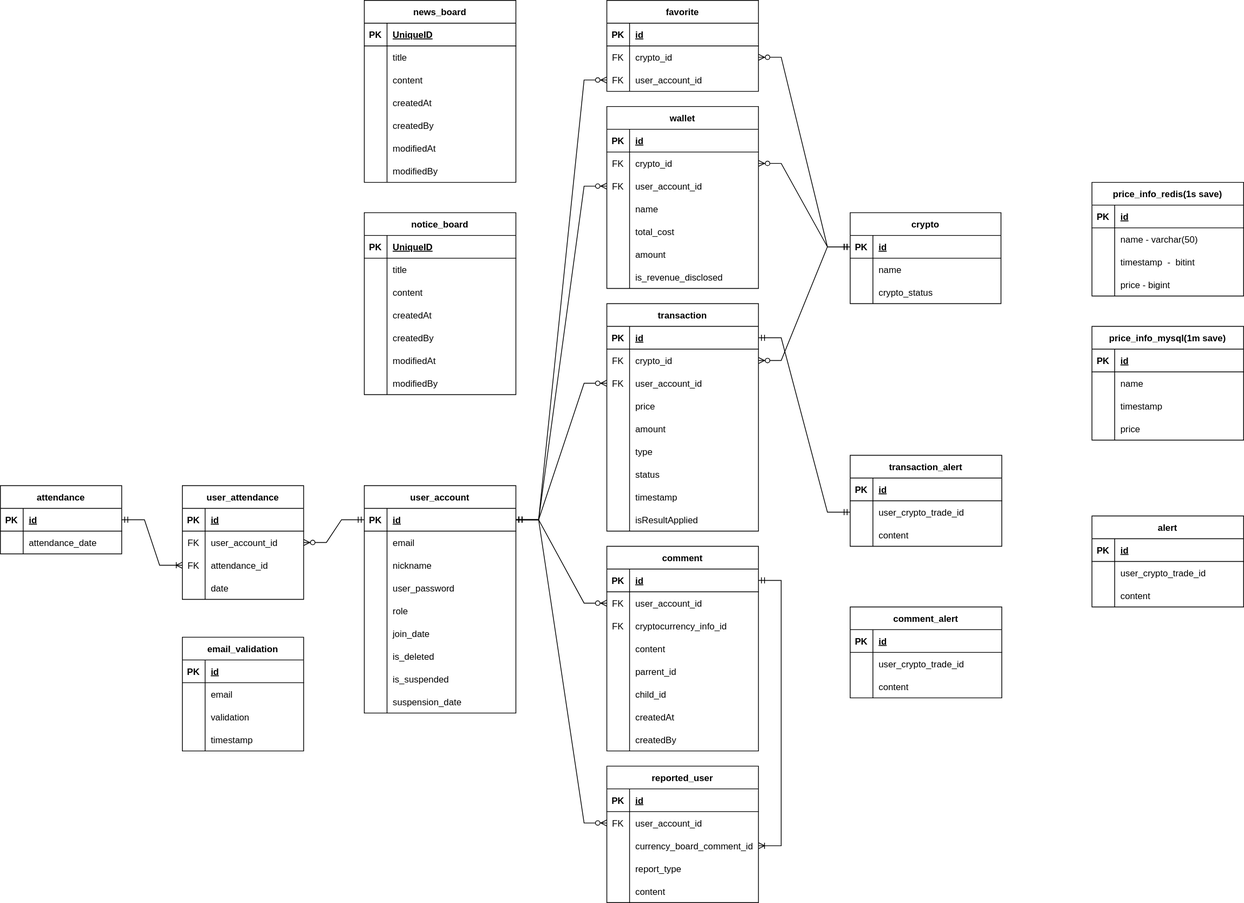
Earlier version of the draw.io export document/erd.svg (O0oO0Oo/Bitcoin-Simulated-Investment-BE). Source tidied: cells renumbered, new cells last; positions are measured from the earlier drawing's top-left corner, leaving out a move shared by most shapes.
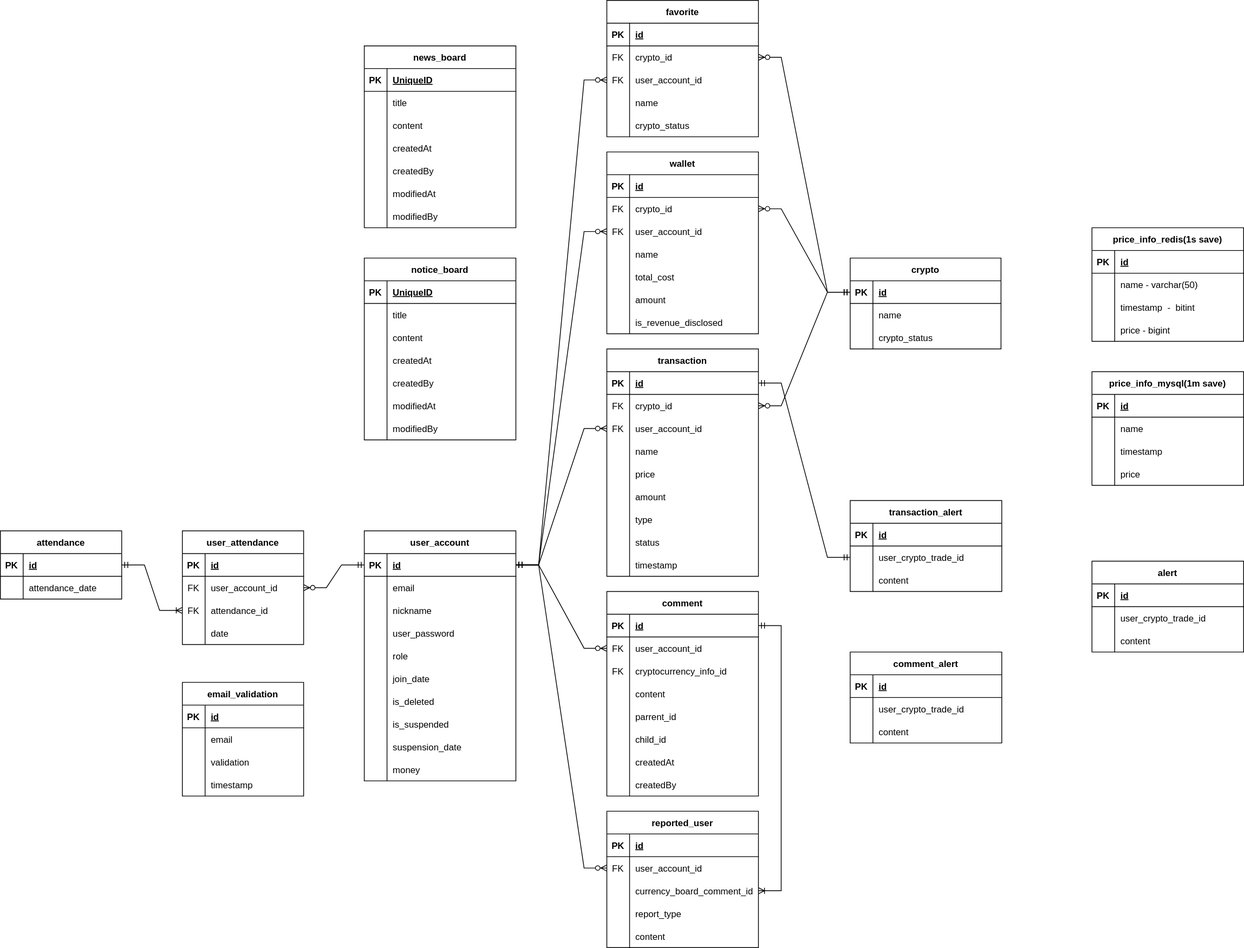
Later version of the same file.

Change to the diagram source:
```diff
@@ -3,7 +3,7 @@
     <mxCell id="0" />
     <mxCell id="1" parent="0" />
     <mxCell id="2" value="user_account" style="shape=table;startSize=30;rowLines=0;fontStyle=1;align=center;" parent="1" vertex="1">
-      <mxGeometry x="480" y="640" width="200" height="300" as="geometry" />
+      <mxGeometry x="480" y="640" width="200" height="330" as="geometry" />
     </mxCell>
     <mxCell id="3" style="shape=tableRow;horizontal=0;startSize=0;swimlaneHead=0;swimlaneBody=0;fillColor=none;points=[[0,0.5],[1,0.5]];portConstraint=eastwest;top=0;left=0;right=0;bottom=1;" parent="2" vertex="1">
       <mxGeometry y="30" width="200" height="30" as="geometry" />
@@ -86,6 +86,15 @@
     <mxCell id="29" value="suspension_date" style="shape=partialRectangle;fillColor=none;top=0;left=0;bottom=0;right=0;align=left;spacingLeft=6;overflow=hidden;" parent="27" vertex="1">
       <mxGeometry x="30" width="170" height="30" as="geometry" />
     </mxCell>
+    <mxCell id="289" style="shape=tableRow;horizontal=0;startSize=0;swimlaneHead=0;swimlaneBody=0;fillColor=none;top=0;left=0;right=0;bottom=0;" parent="2" vertex="1">
+      <mxGeometry y="300" width="200" height="30" as="geometry" />
+    </mxCell>
+    <mxCell id="290" style="shape=partialRectangle;fillColor=none;top=0;left=0;bottom=0;right=0;overflow=hidden;" parent="289" vertex="1">
+      <mxGeometry width="30" height="30" as="geometry" />
+    </mxCell>
+    <mxCell id="291" value="money" style="shape=partialRectangle;fillColor=none;top=0;left=0;bottom=0;right=0;align=left;spacingLeft=6;overflow=hidden;" parent="289" vertex="1">
+      <mxGeometry x="30" width="170" height="30" as="geometry" />
+    </mxCell>
     <mxCell id="30" value="comment" style="shape=table;startSize=30;rowLines=0;fontStyle=1;align=center;" parent="1" vertex="1">
       <mxGeometry x="800" y="720" width="200" height="270" as="geometry" />
     </mxCell>
@@ -416,11 +425,20 @@
     <mxCell id="139" style="shape=partialRectangle;fillColor=none;top=0;left=0;bottom=0;right=0;overflow=hidden;" parent="138" vertex="1">
       <mxGeometry width="30" height="30" as="geometry" />
     </mxCell>
-    <mxCell id="140" value="price" style="shape=partialRectangle;fillColor=none;top=0;left=0;bottom=0;right=0;align=left;spacingLeft=6;overflow=hidden;" parent="138" vertex="1">
+    <mxCell id="140" value="name" style="shape=partialRectangle;fillColor=none;top=0;left=0;bottom=0;right=0;align=left;spacingLeft=6;overflow=hidden;" parent="138" vertex="1">
       <mxGeometry x="30" width="170" height="30" as="geometry" />
     </mxCell>
+    <mxCell id="292" style="shape=tableRow;horizontal=0;startSize=0;swimlaneHead=0;swimlaneBody=0;fillColor=none;top=0;left=0;right=0;bottom=0;" parent="128" vertex="1">
+      <mxGeometry y="150" width="200" height="30" as="geometry" />
+    </mxCell>
+    <mxCell id="293" style="shape=partialRectangle;fillColor=none;top=0;left=0;bottom=0;right=0;overflow=hidden;" parent="292" vertex="1">
+      <mxGeometry width="30" height="30" as="geometry" />
+    </mxCell>
+    <mxCell id="294" value="price" style="shape=partialRectangle;fillColor=none;top=0;left=0;bottom=0;right=0;align=left;spacingLeft=6;overflow=hidden;" parent="292" vertex="1">
+      <mxGeometry x="30" width="170" height="30" as="geometry" />
+    </mxCell>
     <mxCell id="141" style="shape=tableRow;horizontal=0;startSize=0;swimlaneHead=0;swimlaneBody=0;fillColor=none;top=0;left=0;right=0;bottom=0;" parent="128" vertex="1">
-      <mxGeometry y="150" width="200" height="30" as="geometry" />
+      <mxGeometry y="180" width="200" height="30" as="geometry" />
     </mxCell>
     <mxCell id="142" style="shape=partialRectangle;fillColor=none;top=0;left=0;bottom=0;right=0;overflow=hidden;" parent="141" vertex="1">
       <mxGeometry width="30" height="30" as="geometry" />
@@ -429,7 +447,7 @@
       <mxGeometry x="30" width="170" height="30" as="geometry" />
     </mxCell>
     <mxCell id="144" style="shape=tableRow;horizontal=0;startSize=0;swimlaneHead=0;swimlaneBody=0;fillColor=none;top=0;left=0;right=0;bottom=0;" parent="128" vertex="1">
-      <mxGeometry y="180" width="200" height="30" as="geometry" />
+      <mxGeometry y="210" width="200" height="30" as="geometry" />
     </mxCell>
     <mxCell id="145" value="&#10;" style="shape=partialRectangle;fillColor=none;top=0;left=0;bottom=0;right=0;overflow=hidden;" parent="144" vertex="1">
       <mxGeometry width="30" height="30" as="geometry" />
@@ -438,7 +456,7 @@
       <mxGeometry x="30" width="170" height="30" as="geometry" />
     </mxCell>
     <mxCell id="147" style="shape=tableRow;horizontal=0;startSize=0;swimlaneHead=0;swimlaneBody=0;fillColor=none;top=0;left=0;right=0;bottom=0;" parent="128" vertex="1">
-      <mxGeometry y="210" width="200" height="30" as="geometry" />
+      <mxGeometry y="240" width="200" height="30" as="geometry" />
     </mxCell>
     <mxCell id="148" value="&#10;" style="shape=partialRectangle;fillColor=none;top=0;left=0;bottom=0;right=0;overflow=hidden;" parent="147" vertex="1">
       <mxGeometry width="30" height="30" as="geometry" />
@@ -447,7 +465,7 @@
       <mxGeometry x="30" width="170" height="30" as="geometry" />
     </mxCell>
     <mxCell id="150" style="shape=tableRow;horizontal=0;startSize=0;swimlaneHead=0;swimlaneBody=0;fillColor=none;top=0;left=0;right=0;bottom=0;" parent="128" vertex="1">
-      <mxGeometry y="240" width="200" height="30" as="geometry" />
+      <mxGeometry y="270" width="200" height="30" as="geometry" />
     </mxCell>
     <mxCell id="151" value="&#10;" style="shape=partialRectangle;fillColor=none;top=0;left=0;bottom=0;right=0;overflow=hidden;" parent="150" vertex="1">
       <mxGeometry width="30" height="30" as="geometry" />
@@ -455,15 +473,6 @@
     <mxCell id="152" value="timestamp" style="shape=partialRectangle;fillColor=none;top=0;left=0;bottom=0;right=0;align=left;spacingLeft=6;overflow=hidden;" parent="150" vertex="1">
       <mxGeometry x="30" width="170" height="30" as="geometry" />
     </mxCell>
-    <mxCell id="153" style="shape=tableRow;horizontal=0;startSize=0;swimlaneHead=0;swimlaneBody=0;fillColor=none;top=0;left=0;right=0;bottom=0;" parent="128" vertex="1">
-      <mxGeometry y="270" width="200" height="30" as="geometry" />
-    </mxCell>
-    <mxCell id="154" value="&#10;" style="shape=partialRectangle;fillColor=none;top=0;left=0;bottom=0;right=0;overflow=hidden;" parent="153" vertex="1">
-      <mxGeometry width="30" height="30" as="geometry" />
-    </mxCell>
-    <mxCell id="155" value="isResultApplied" style="shape=partialRectangle;fillColor=none;top=0;left=0;bottom=0;right=0;align=left;spacingLeft=6;overflow=hidden;" parent="153" vertex="1">
-      <mxGeometry x="30" width="170" height="30" as="geometry" />
-    </mxCell>
     <mxCell id="156" style="edgeStyle=orthogonalEdgeStyle;rounded=0;orthogonalLoop=1;jettySize=auto;html=1;exitX=1;exitY=0.5;exitDx=0;exitDy=0;" parent="128" edge="1" source="135" target="135">
       <mxGeometry relative="1" as="geometry" />
     </mxCell>
@@ -825,7 +834,7 @@
       <mxGeometry relative="1" as="geometry" />
     </mxCell>
     <mxCell id="276" value="favorite" style="shape=table;startSize=30;rowLines=0;fontStyle=1;align=center;" parent="1" vertex="1">
-      <mxGeometry x="800" width="200" height="120" as="geometry" />
+      <mxGeometry x="800" y="-60" width="200" height="180" as="geometry" />
     </mxCell>
     <mxCell id="277" style="shape=tableRow;horizontal=0;startSize=0;swimlaneHead=0;swimlaneBody=0;fillColor=none;top=0;left=0;right=0;bottom=1;" parent="276" vertex="1">
       <mxGeometry y="30" width="200" height="30" as="geometry" />
@@ -854,6 +863,24 @@
     <mxCell id="285" value="user_account_id" style="shape=partialRectangle;fillColor=none;top=0;left=0;bottom=0;right=0;align=left;spacingLeft=6;overflow=hidden;" parent="283" vertex="1">
       <mxGeometry x="30" width="170" height="30" as="geometry" />
     </mxCell>
+    <mxCell id="295" style="shape=tableRow;horizontal=0;startSize=0;swimlaneHead=0;swimlaneBody=0;fillColor=none;top=0;left=0;right=0;bottom=0;" parent="276" vertex="1">
+      <mxGeometry y="120" width="200" height="30" as="geometry" />
+    </mxCell>
+    <mxCell id="296" style="shape=partialRectangle;fillColor=none;top=0;left=0;bottom=0;right=0;overflow=hidden;" parent="295" vertex="1">
+      <mxGeometry width="30" height="30" as="geometry" />
+    </mxCell>
+    <mxCell id="297" value="name" style="shape=partialRectangle;fillColor=none;top=0;left=0;bottom=0;right=0;align=left;spacingLeft=6;overflow=hidden;" parent="295" vertex="1">
+      <mxGeometry x="30" width="170" height="30" as="geometry" />
+    </mxCell>
+    <mxCell id="298" style="shape=tableRow;horizontal=0;startSize=0;swimlaneHead=0;swimlaneBody=0;fillColor=none;top=0;left=0;right=0;bottom=0;" parent="276" vertex="1">
+      <mxGeometry y="150" width="200" height="30" as="geometry" />
+    </mxCell>
+    <mxCell id="299" style="shape=partialRectangle;fillColor=none;top=0;left=0;bottom=0;right=0;overflow=hidden;" parent="298" vertex="1">
+      <mxGeometry width="30" height="30" as="geometry" />
+    </mxCell>
+    <mxCell id="300" value="crypto_status" style="shape=partialRectangle;fillColor=none;top=0;left=0;bottom=0;right=0;align=left;spacingLeft=6;overflow=hidden;" parent="298" vertex="1">
+      <mxGeometry x="30" width="170" height="30" as="geometry" />
+    </mxCell>
     <mxCell id="286" style="edgeStyle=orthogonalEdgeStyle;rounded=0;orthogonalLoop=1;jettySize=auto;html=1;exitX=1;exitY=0.5;exitDx=0;exitDy=0;" parent="276" edge="1" source="283" target="283">
       <mxGeometry relative="1" as="geometry" />
     </mxCell>
```
